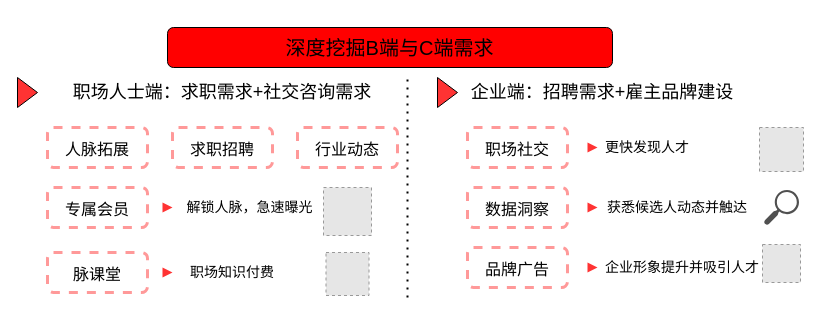
Earlier version of the draw.io diagram page "脉脉" (9 of 9) of zhongxin1.drawio (Wenxuan-Xiao/ai20projects). Source tidied: cells renumbered, new cells numbered last; positions are measured from the earlier drawing's top-left corner, leaving out a move shared by most shapes. Both pictures are drawn from the tidied source at 100%, with x=0, y=0 at pixel (17, 27). Pictures stored in the file or linked from it are replaced by grey dashed boxes.
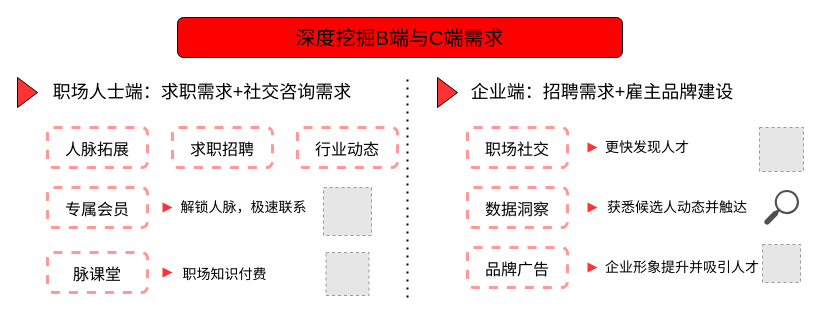
The same diagram, later.

The edit, as a diff of the source:
```diff
@@
     <mxCell id="2" value="深度挖掘B端与C端需求" style="rounded=1;whiteSpace=wrap;html=1;fontFamily=黑体;fontSize=20;fillColor=#FF0000;" parent="1" vertex="1">
-      <mxGeometry x="150" width="445" height="40" as="geometry" />
+      <mxGeometry x="160" y="-10" width="445" height="40" as="geometry" />
     </mxCell>
@@
     <mxCell id="4" value="职场人士端：求职需求+社交咨询需求" style="text;html=1;strokeColor=none;fillColor=none;align=center;verticalAlign=middle;whiteSpace=wrap;rounded=0;fontFamily=黑体;fontSize=18;" parent="1" vertex="1">
-      <mxGeometry x="30" y="50" width="350" height="30" as="geometry" />
+      <mxGeometry x="30" y="50" width="310" height="30" as="geometry" />
     </mxCell>
@@
     <mxCell id="24" value="职场知识付费" style="text;html=1;strokeColor=none;fillColor=none;align=center;verticalAlign=middle;whiteSpace=wrap;rounded=0;fontFamily=黑体;fontSize=14;" parent="1" vertex="1">
-      <mxGeometry x="155" y="230" width="120" height="30" as="geometry" />
+      <mxGeometry x="160" y="231.5" width="95" height="30" as="geometry" />
     </mxCell>
-    <mxCell id="25" value="解锁人脉，急速曝光" style="text;html=1;strokeColor=none;fillColor=none;align=center;verticalAlign=middle;whiteSpace=wrap;rounded=0;fontFamily=黑体;fontSize=14;" parent="1" vertex="1">
-      <mxGeometry x="150" y="165" width="165" height="30" as="geometry" />
+    <mxCell id="25" value="解锁人脉，极速联系" style="text;html=1;strokeColor=none;fillColor=none;align=center;verticalAlign=middle;whiteSpace=wrap;rounded=0;fontFamily=黑体;fontSize=14;" parent="1" vertex="1">
+      <mxGeometry x="143.5" y="165" width="165" height="30" as="geometry" />
     </mxCell>
```
